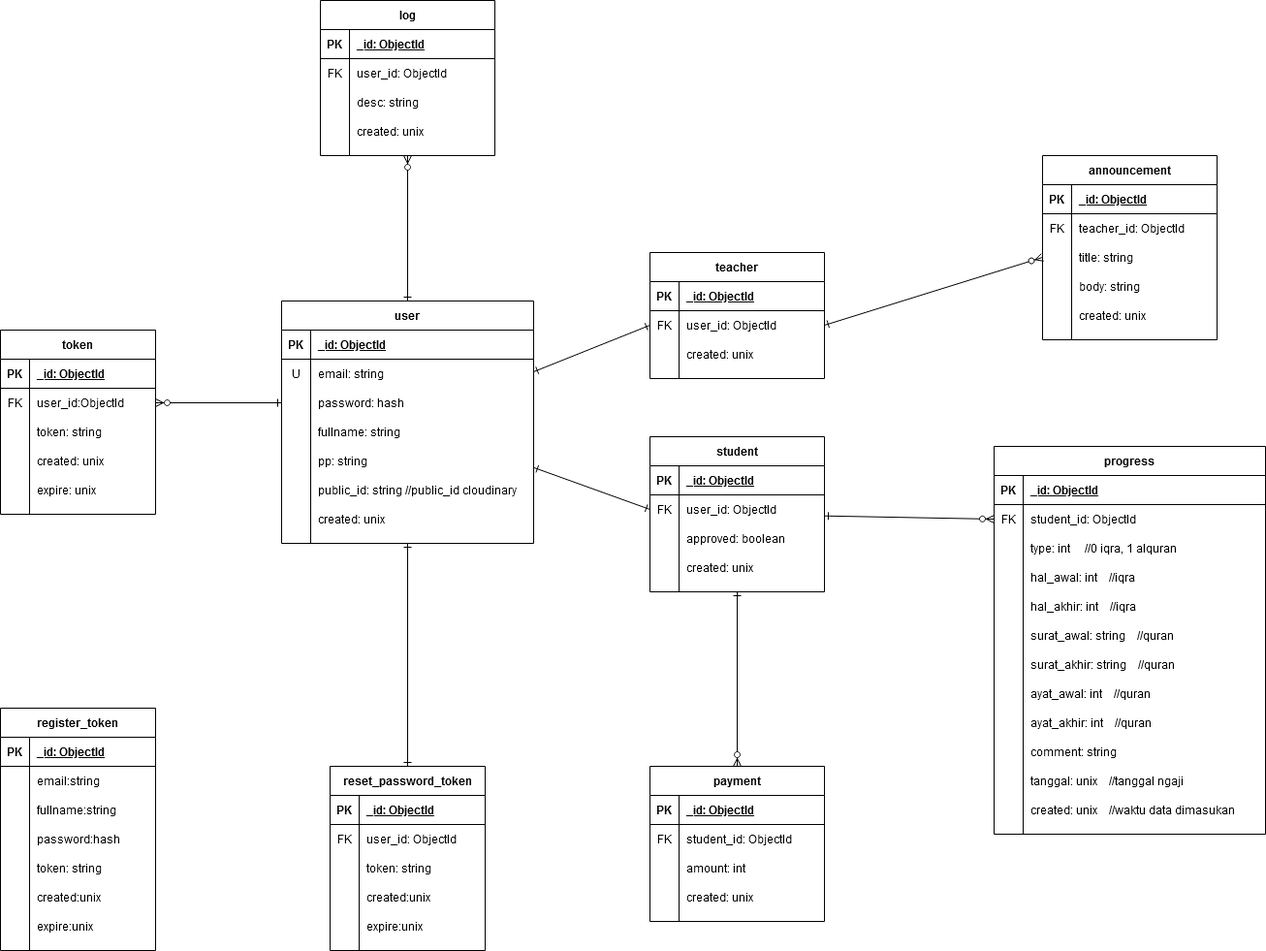
Earlier version of the draw.io export diagram/SIPEMA ERD.png (FarhanHP/SIPEMA). Source tidied: cells renumbered, new cells last; positions are measured from the earlier drawing's top-left corner, leaving out a move shared by most shapes.
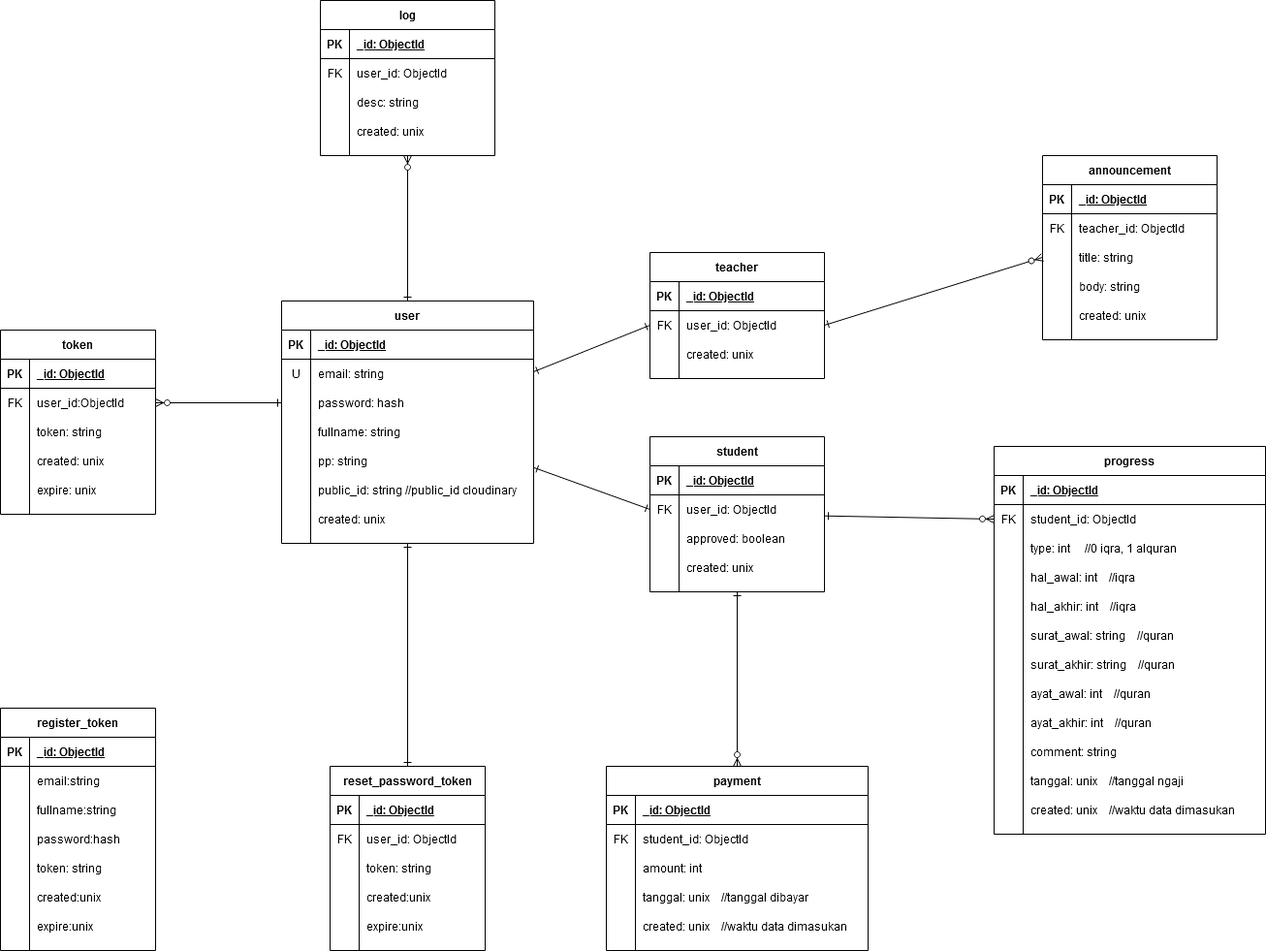
Above is the later version.

Diff of the diagram source:
```diff
@@ -321,44 +321,53 @@
       <mxGeometry relative="1" as="geometry" />
     </mxCell>
     <mxCell id="108" value="payment" style="shape=table;startSize=30;rowLines=0;fontStyle=1;align=center;" parent="1" vertex="1">
-      <mxGeometry x="670" y="790" width="180" height="160" as="geometry" />
+      <mxGeometry x="625" y="790" width="270" height="190" as="geometry" />
     </mxCell>
     <mxCell id="109" style="shape=partialRectangle;fillColor=none;top=0;left=0;bottom=1;right=0;" parent="108" vertex="1">
-      <mxGeometry y="30" width="180" height="30" as="geometry" />
+      <mxGeometry y="30" width="270" height="30" as="geometry" />
     </mxCell>
     <mxCell id="110" value="PK" style="shape=partialRectangle;fillColor=none;top=0;left=0;bottom=0;right=0;fontStyle=1;overflow=hidden;" parent="109" vertex="1">
       <mxGeometry width="30" height="30" as="geometry" />
     </mxCell>
     <mxCell id="111" value="_id: ObjectId" style="shape=partialRectangle;fillColor=none;top=0;left=0;bottom=0;right=0;align=left;spacingLeft=6;fontStyle=5;overflow=hidden;" parent="109" vertex="1">
-      <mxGeometry x="30" width="150" height="30" as="geometry" />
+      <mxGeometry x="30" width="240" height="30" as="geometry" />
     </mxCell>
     <mxCell id="112" style="shape=partialRectangle;fillColor=none;top=0;left=0;bottom=0;right=0;" parent="108" vertex="1">
-      <mxGeometry y="60" width="180" height="30" as="geometry" />
+      <mxGeometry y="60" width="270" height="30" as="geometry" />
     </mxCell>
     <mxCell id="113" value="FK" style="shape=partialRectangle;fillColor=none;top=0;left=0;bottom=0;right=0;overflow=hidden;" parent="112" vertex="1">
       <mxGeometry width="30" height="30" as="geometry" />
     </mxCell>
     <mxCell id="114" value="student_id: ObjectId" style="shape=partialRectangle;fillColor=none;top=0;left=0;bottom=0;right=0;align=left;spacingLeft=6;overflow=hidden;" parent="112" vertex="1">
-      <mxGeometry x="30" width="150" height="30" as="geometry" />
+      <mxGeometry x="30" width="240" height="30" as="geometry" />
     </mxCell>
     <mxCell id="115" style="shape=partialRectangle;fillColor=none;top=0;left=0;bottom=0;right=0;" parent="108" vertex="1">
-      <mxGeometry y="90" width="180" height="30" as="geometry" />
+      <mxGeometry y="90" width="270" height="30" as="geometry" />
     </mxCell>
     <mxCell id="116" style="shape=partialRectangle;fillColor=none;top=0;left=0;bottom=0;right=0;overflow=hidden;" parent="115" vertex="1">
       <mxGeometry width="30" height="30" as="geometry" />
     </mxCell>
     <mxCell id="117" value="amount: int" style="shape=partialRectangle;fillColor=none;top=0;left=0;bottom=0;right=0;align=left;spacingLeft=6;overflow=hidden;" parent="115" vertex="1">
-      <mxGeometry x="30" width="150" height="30" as="geometry" />
+      <mxGeometry x="30" width="240" height="30" as="geometry" />
     </mxCell>
     <mxCell id="118" style="shape=partialRectangle;fillColor=none;top=0;left=0;bottom=0;right=0;" parent="108" vertex="1">
-      <mxGeometry y="120" width="180" height="30" as="geometry" />
+      <mxGeometry y="120" width="270" height="30" as="geometry" />
     </mxCell>
     <mxCell id="119" style="shape=partialRectangle;fillColor=none;top=0;left=0;bottom=0;right=0;overflow=hidden;" parent="118" vertex="1">
       <mxGeometry width="30" height="30" as="geometry" />
     </mxCell>
-    <mxCell id="120" value="created: unix" style="shape=partialRectangle;fillColor=none;top=0;left=0;bottom=0;right=0;align=left;spacingLeft=6;overflow=hidden;" parent="118" vertex="1">
-      <mxGeometry x="30" width="150" height="30" as="geometry" />
+    <mxCell id="120" value="tanggal: unix    //tanggal dibayar" style="shape=partialRectangle;fillColor=none;top=0;left=0;bottom=0;right=0;align=left;spacingLeft=6;overflow=hidden;" parent="118" vertex="1">
+      <mxGeometry x="30" width="240" height="30" as="geometry" />
     </mxCell>
+    <mxCell id="188" style="shape=partialRectangle;fillColor=none;top=0;left=0;bottom=0;right=0;" parent="108" vertex="1">
+      <mxGeometry y="150" width="270" height="30" as="geometry" />
+    </mxCell>
+    <mxCell id="189" style="shape=partialRectangle;fillColor=none;top=0;left=0;bottom=0;right=0;overflow=hidden;" parent="188" vertex="1">
+      <mxGeometry width="30" height="30" as="geometry" />
+    </mxCell>
+    <mxCell id="190" value="created: unix    //waktu data dimasukan" style="shape=partialRectangle;fillColor=none;top=0;left=0;bottom=0;right=0;align=left;spacingLeft=6;overflow=hidden;" parent="188" vertex="1">
+      <mxGeometry x="30" width="240" height="30" as="geometry" />
+    </mxCell>
     <mxCell id="121" value="log" style="shape=table;startSize=30;rowLines=0;fontStyle=1;align=center;" parent="1" vertex="1">
       <mxGeometry x="330" width="180" height="160" as="geometry" />
     </mxCell>
```
